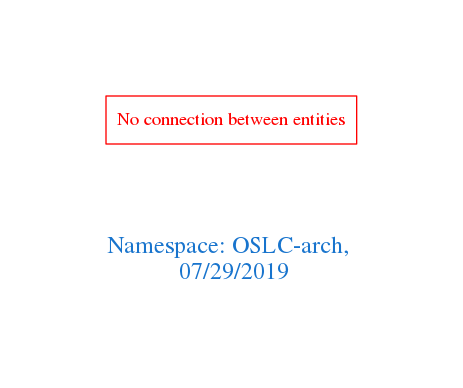
Earlier version of the Graphviz export downloads/OSLC-arch.png (arago/OGIT). Its source is kept beside it as downloads/OSLC-arch.dot.
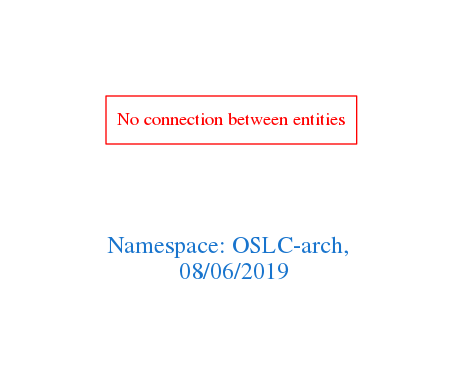
Above is the later version.

Diff of the diagram source:
```diff
@@ -1,7 +1,7 @@
 digraph OGIT_ontology {
  graph [ rankdir= LR,pad=1
 fontsize = 18,
-fontcolor= dodgerblue3,label = "\n\n\nNamespace: OSLC-arch, \n 07/29/2019"];
+fontcolor= dodgerblue3,label = "\n\n\nNamespace: OSLC-arch, \n 08/06/2019"];
 node[shape=polygon];
 edge [  color="gray81"];
 
```
